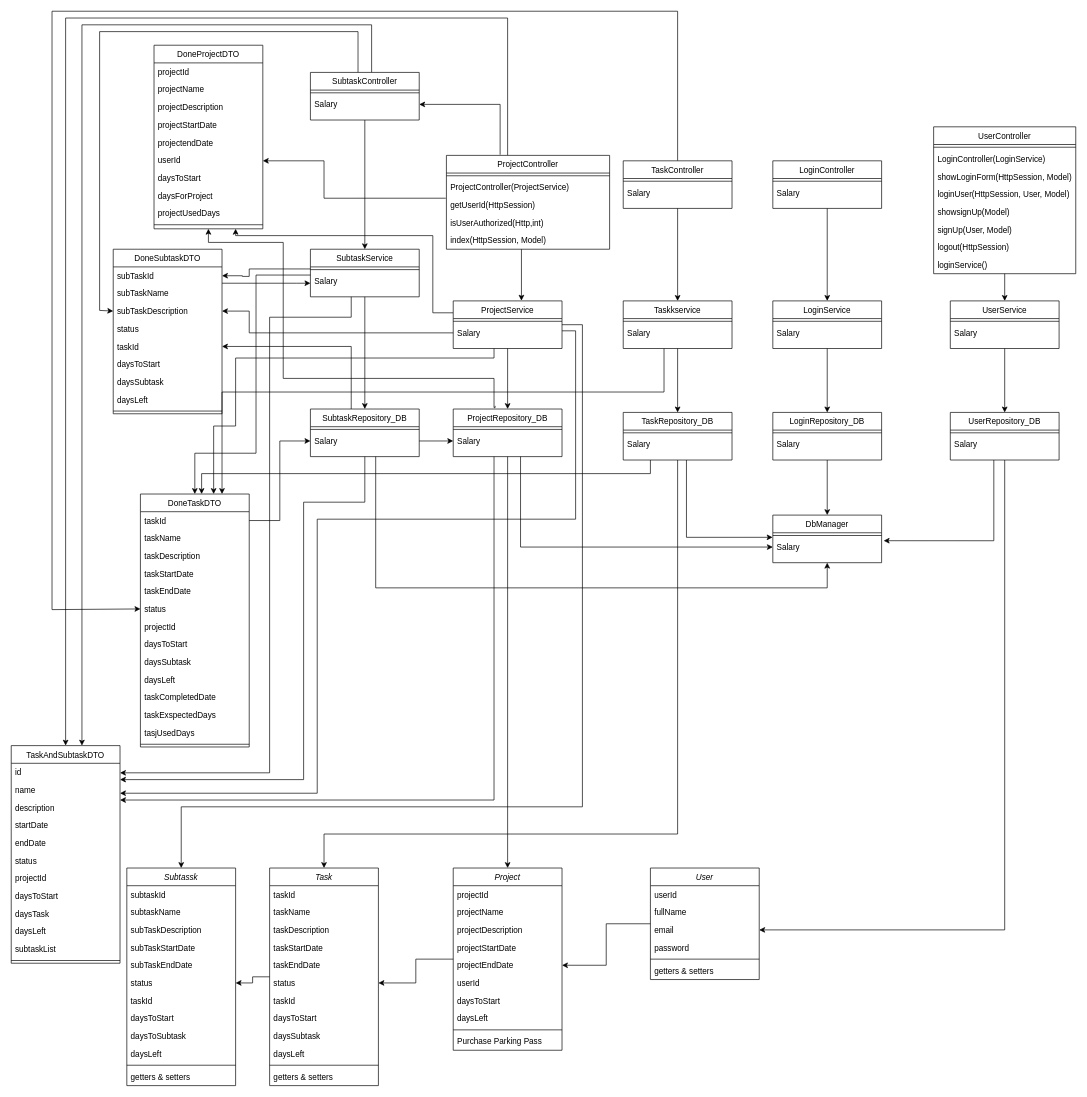
Earlier version of the draw.io diagram docs/Class_Diagram.drawio (Atributties/ProjectPeak). Source tidied: cells renumbered, new cells numbered last; positions are measured from the earlier drawing's top-left corner, leaving out a move shared by most shapes. Both pictures are drawn from the tidied source at 68%, with x=0, y=0 at pixel (11, 11).
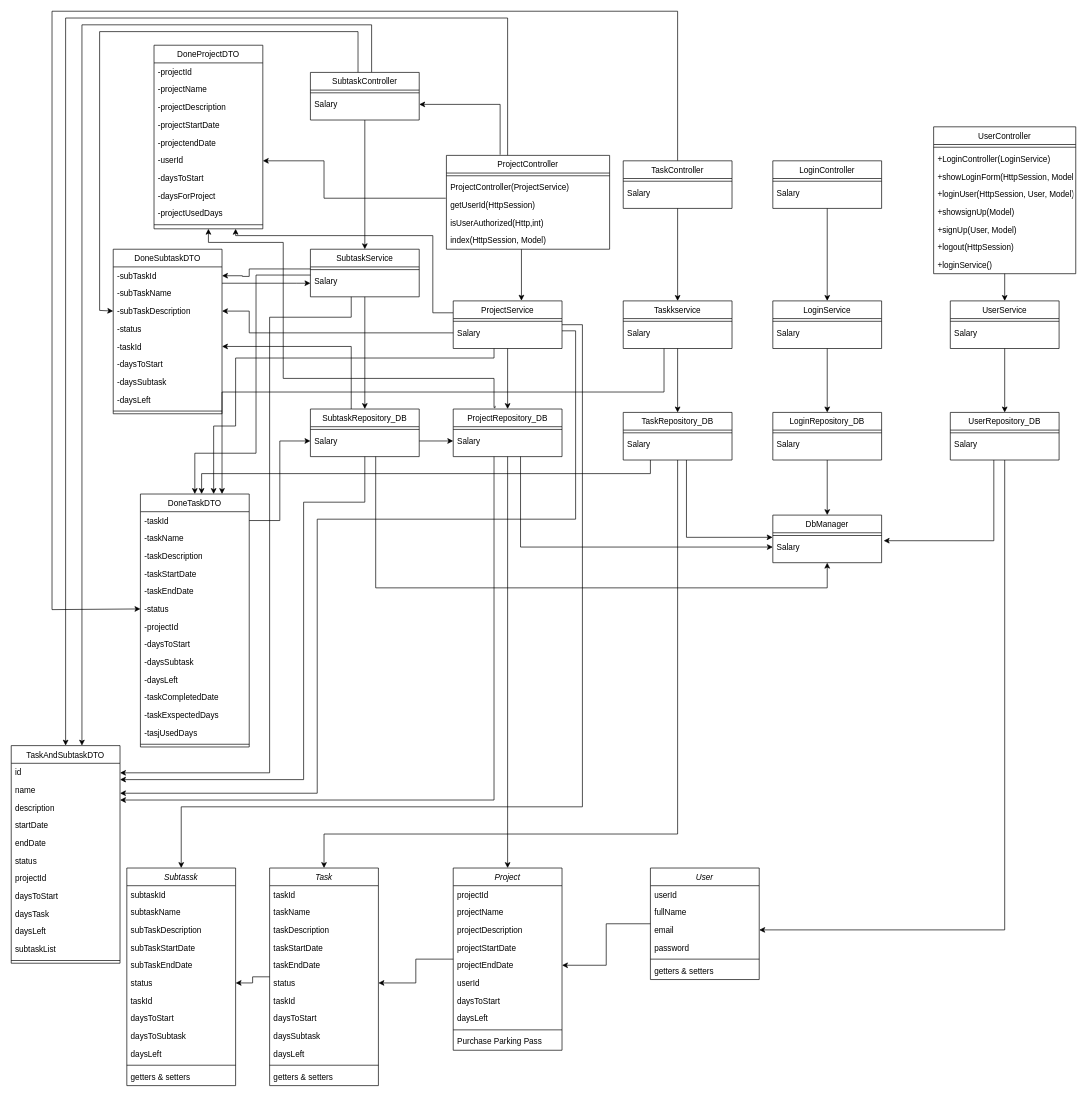
The same diagram, later.

The change refers to these unchanged cells:
```xml
<mxCell id="65" value="UserController" style="swimlane;fontStyle=0;align=center;verticalAlign=top;horizontal=1;startSize=26;rounded=0;shadow=0;strokeWidth=1;" parent="1" vertex="1">
  <mxGeometry x="1356.5" y="170" width="209" height="216" as="geometry" />
</mxCell>
<mxCell id="74" value="DoneSubtaskDTO" style="swimlane;fontStyle=0;align=center;verticalAlign=top;horizontal=1;startSize=26;rounded=0;shadow=0;strokeWidth=1;" parent="1" vertex="1">
  <mxGeometry x="150" y="350" width="160" height="242" as="geometry" />
</mxCell>
<mxCell id="84" value="DoneProjectDTO" style="swimlane;fontStyle=0;align=center;verticalAlign=top;horizontal=1;startSize=26;rounded=0;shadow=0;strokeWidth=1;" parent="1" vertex="1">
  <mxGeometry x="210" y="50" width="160" height="270" as="geometry" />
</mxCell>
<mxCell id="95" value="DoneTaskDTO" style="swimlane;fontStyle=0;align=center;verticalAlign=top;horizontal=1;startSize=26;rounded=0;shadow=0;strokeWidth=1;" parent="1" vertex="1">
  <mxGeometry x="190" y="710" width="160" height="372" as="geometry" />
</mxCell>
```

Change to the diagram source:
```diff
@@
-    <mxCell id="67" value="LoginController(LoginService)" style="text;align=left;verticalAlign=top;spacingLeft=4;spacingRight=4;overflow=hidden;" parent="65" vertex="1">
+    <mxCell id="67" value="+LoginController(LoginService)" style="text;align=left;verticalAlign=top;spacingLeft=4;spacingRight=4;overflow=hidden;" parent="65" vertex="1">
       <mxGeometry y="34" width="209" height="26" as="geometry" />
     </mxCell>
-    <mxCell id="68" value="showLoginForm(HttpSession, Model)" style="text;align=left;verticalAlign=top;spacingLeft=4;spacingRight=4;overflow=hidden;" parent="65" vertex="1">
+    <mxCell id="68" value="+showLoginForm(HttpSession, Model)" style="text;align=left;verticalAlign=top;spacingLeft=4;spacingRight=4;overflow=hidden;" parent="65" vertex="1">
       <mxGeometry y="60" width="209" height="26" as="geometry" />
     </mxCell>
-    <mxCell id="69" value="loginUser(HttpSession, User, Model)" style="text;align=left;verticalAlign=top;spacingLeft=4;spacingRight=4;overflow=hidden;" parent="65" vertex="1">
+    <mxCell id="69" value="+loginUser(HttpSession, User, Model)" style="text;align=left;verticalAlign=top;spacingLeft=4;spacingRight=4;overflow=hidden;" parent="65" vertex="1">
       <mxGeometry y="86" width="209" height="26" as="geometry" />
     </mxCell>
-    <mxCell id="70" value="showsignUp(Model)" style="text;align=left;verticalAlign=top;spacingLeft=4;spacingRight=4;overflow=hidden;" parent="65" vertex="1">
+    <mxCell id="70" value="+showsignUp(Model)" style="text;align=left;verticalAlign=top;spacingLeft=4;spacingRight=4;overflow=hidden;" parent="65" vertex="1">
       <mxGeometry y="112" width="209" height="26" as="geometry" />
     </mxCell>
-    <mxCell id="71" value="signUp(User, Model)" style="text;align=left;verticalAlign=top;spacingLeft=4;spacingRight=4;overflow=hidden;" parent="65" vertex="1">
+    <mxCell id="71" value="+signUp(User, Model)" style="text;align=left;verticalAlign=top;spacingLeft=4;spacingRight=4;overflow=hidden;" parent="65" vertex="1">
       <mxGeometry y="138" width="209" height="26" as="geometry" />
     </mxCell>
-    <mxCell id="72" value="logout(HttpSession)" style="text;align=left;verticalAlign=top;spacingLeft=4;spacingRight=4;overflow=hidden;" parent="65" vertex="1">
+    <mxCell id="72" value="+logout(HttpSession)" style="text;align=left;verticalAlign=top;spacingLeft=4;spacingRight=4;overflow=hidden;" parent="65" vertex="1">
       <mxGeometry y="164" width="209" height="26" as="geometry" />
     </mxCell>
-    <mxCell id="73" value="loginService()" style="text;align=left;verticalAlign=top;spacingLeft=4;spacingRight=4;overflow=hidden;" parent="65" vertex="1">
+    <mxCell id="73" value="+loginService()" style="text;align=left;verticalAlign=top;spacingLeft=4;spacingRight=4;overflow=hidden;" parent="65" vertex="1">
       <mxGeometry y="190" width="209" height="26" as="geometry" />
     </mxCell>
@@
-    <mxCell id="75" value="subTaskId" style="text;align=left;verticalAlign=top;spacingLeft=4;spacingRight=4;overflow=hidden;points=[[0,0.5],[1,0.5]];portConstraint=eastwest;" parent="74" vertex="1">
+    <mxCell id="75" value="-subTaskId" style="text;align=left;verticalAlign=top;spacingLeft=4;spacingRight=4;overflow=hidden;points=[[0,0.5],[1,0.5]];portConstraint=eastwest;" parent="74" vertex="1">
       <mxGeometry y="26" width="160" height="26" as="geometry" />
     </mxCell>
-    <mxCell id="76" value="subTaskName" style="text;align=left;verticalAlign=top;spacingLeft=4;spacingRight=4;overflow=hidden;" parent="74" vertex="1">
+    <mxCell id="76" value="-subTaskName" style="text;align=left;verticalAlign=top;spacingLeft=4;spacingRight=4;overflow=hidden;" parent="74" vertex="1">
       <mxGeometry y="52" width="160" height="26" as="geometry" />
     </mxCell>
-    <mxCell id="77" value="subTaskDescription" style="text;align=left;verticalAlign=top;spacingLeft=4;spacingRight=4;overflow=hidden;points=[[0,0.5],[1,0.5]];portConstraint=eastwest;" parent="74" vertex="1">
+    <mxCell id="77" value="-subTaskDescription" style="text;align=left;verticalAlign=top;spacingLeft=4;spacingRight=4;overflow=hidden;points=[[0,0.5],[1,0.5]];portConstraint=eastwest;" parent="74" vertex="1">
       <mxGeometry y="78" width="160" height="26" as="geometry" />
     </mxCell>
-    <mxCell id="78" value="status" style="text;align=left;verticalAlign=top;spacingLeft=4;spacingRight=4;overflow=hidden;" parent="74" vertex="1">
+    <mxCell id="78" value="-status" style="text;align=left;verticalAlign=top;spacingLeft=4;spacingRight=4;overflow=hidden;" parent="74" vertex="1">
       <mxGeometry y="104" width="160" height="26" as="geometry" />
     </mxCell>
-    <mxCell id="79" value="taskId" style="text;align=left;verticalAlign=top;spacingLeft=4;spacingRight=4;overflow=hidden;points=[[0,0.5],[1,0.5]];portConstraint=eastwest;" parent="74" vertex="1">
+    <mxCell id="79" value="-taskId" style="text;align=left;verticalAlign=top;spacingLeft=4;spacingRight=4;overflow=hidden;points=[[0,0.5],[1,0.5]];portConstraint=eastwest;" parent="74" vertex="1">
       <mxGeometry y="130" width="160" height="26" as="geometry" />
     </mxCell>
-    <mxCell id="80" value="daysToStart" style="text;align=left;verticalAlign=top;spacingLeft=4;spacingRight=4;overflow=hidden;" parent="74" vertex="1">
+    <mxCell id="80" value="-daysToStart" style="text;align=left;verticalAlign=top;spacingLeft=4;spacingRight=4;overflow=hidden;" parent="74" vertex="1">
       <mxGeometry y="156" width="160" height="26" as="geometry" />
     </mxCell>
-    <mxCell id="81" value="daysSubtask" style="text;align=left;verticalAlign=top;spacingLeft=4;spacingRight=4;overflow=hidden;" parent="74" vertex="1">
+    <mxCell id="81" value="-daysSubtask" style="text;align=left;verticalAlign=top;spacingLeft=4;spacingRight=4;overflow=hidden;" parent="74" vertex="1">
       <mxGeometry y="182" width="160" height="26" as="geometry" />
     </mxCell>
-    <mxCell id="82" value="daysLeft" style="text;align=left;verticalAlign=top;spacingLeft=4;spacingRight=4;overflow=hidden;" parent="74" vertex="1">
+    <mxCell id="82" value="-daysLeft" style="text;align=left;verticalAlign=top;spacingLeft=4;spacingRight=4;overflow=hidden;" parent="74" vertex="1">
       <mxGeometry y="208" width="160" height="26" as="geometry" />
     </mxCell>
@@
-    <mxCell id="85" value="projectId" style="text;align=left;verticalAlign=top;spacingLeft=4;spacingRight=4;overflow=hidden;" parent="84" vertex="1">
+    <mxCell id="85" value="-projectId" style="text;align=left;verticalAlign=top;spacingLeft=4;spacingRight=4;overflow=hidden;" parent="84" vertex="1">
       <mxGeometry y="26" width="160" height="26" as="geometry" />
     </mxCell>
-    <mxCell id="86" value="projectName" style="text;align=left;verticalAlign=top;spacingLeft=4;spacingRight=4;overflow=hidden;" parent="84" vertex="1">
+    <mxCell id="86" value="-projectName" style="text;align=left;verticalAlign=top;spacingLeft=4;spacingRight=4;overflow=hidden;" parent="84" vertex="1">
       <mxGeometry y="52" width="160" height="26" as="geometry" />
     </mxCell>
-    <mxCell id="87" value="projectDescription" style="text;align=left;verticalAlign=top;spacingLeft=4;spacingRight=4;overflow=hidden;" parent="84" vertex="1">
+    <mxCell id="87" value="-projectDescription" style="text;align=left;verticalAlign=top;spacingLeft=4;spacingRight=4;overflow=hidden;" parent="84" vertex="1">
       <mxGeometry y="78" width="160" height="26" as="geometry" />
     </mxCell>
-    <mxCell id="88" value="projectStartDate" style="text;align=left;verticalAlign=top;spacingLeft=4;spacingRight=4;overflow=hidden;" parent="84" vertex="1">
+    <mxCell id="88" value="-projectStartDate" style="text;align=left;verticalAlign=top;spacingLeft=4;spacingRight=4;overflow=hidden;" parent="84" vertex="1">
       <mxGeometry y="104" width="160" height="26" as="geometry" />
     </mxCell>
-    <mxCell id="89" value="projectendDate" style="text;align=left;verticalAlign=top;spacingLeft=4;spacingRight=4;overflow=hidden;" parent="84" vertex="1">
+    <mxCell id="89" value="-projectendDate" style="text;align=left;verticalAlign=top;spacingLeft=4;spacingRight=4;overflow=hidden;" parent="84" vertex="1">
       <mxGeometry y="130" width="160" height="26" as="geometry" />
     </mxCell>
-    <mxCell id="90" value="userId" style="text;align=left;verticalAlign=top;spacingLeft=4;spacingRight=4;overflow=hidden;" parent="84" vertex="1">
+    <mxCell id="90" value="-userId" style="text;align=left;verticalAlign=top;spacingLeft=4;spacingRight=4;overflow=hidden;" parent="84" vertex="1">
       <mxGeometry y="156" width="160" height="26" as="geometry" />
     </mxCell>
-    <mxCell id="91" value="daysToStart" style="text;align=left;verticalAlign=top;spacingLeft=4;spacingRight=4;overflow=hidden;" parent="84" vertex="1">
+    <mxCell id="91" value="-daysToStart" style="text;align=left;verticalAlign=top;spacingLeft=4;spacingRight=4;overflow=hidden;" parent="84" vertex="1">
       <mxGeometry y="182" width="160" height="26" as="geometry" />
     </mxCell>
-    <mxCell id="92" value="daysForProject" style="text;align=left;verticalAlign=top;spacingLeft=4;spacingRight=4;overflow=hidden;" parent="84" vertex="1">
+    <mxCell id="92" value="-daysForProject" style="text;align=left;verticalAlign=top;spacingLeft=4;spacingRight=4;overflow=hidden;" parent="84" vertex="1">
       <mxGeometry y="208" width="160" height="26" as="geometry" />
     </mxCell>
-    <mxCell id="93" value="projectUsedDays" style="text;align=left;verticalAlign=top;spacingLeft=4;spacingRight=4;overflow=hidden;" parent="84" vertex="1">
+    <mxCell id="93" value="-projectUsedDays" style="text;align=left;verticalAlign=top;spacingLeft=4;spacingRight=4;overflow=hidden;" parent="84" vertex="1">
       <mxGeometry y="234" width="160" height="26" as="geometry" />
     </mxCell>
@@
-    <mxCell id="96" value="taskId" style="text;align=left;verticalAlign=top;spacingLeft=4;spacingRight=4;overflow=hidden;points=[[0,0.5],[1,0.5]];portConstraint=eastwest;" parent="95" vertex="1">
+    <mxCell id="96" value="-taskId" style="text;align=left;verticalAlign=top;spacingLeft=4;spacingRight=4;overflow=hidden;points=[[0,0.5],[1,0.5]];portConstraint=eastwest;" parent="95" vertex="1">
       <mxGeometry y="26" width="160" height="26" as="geometry" />
     </mxCell>
-    <mxCell id="97" value="taskName" style="text;align=left;verticalAlign=top;spacingLeft=4;spacingRight=4;overflow=hidden;" parent="95" vertex="1">
+    <mxCell id="97" value="-taskName" style="text;align=left;verticalAlign=top;spacingLeft=4;spacingRight=4;overflow=hidden;" parent="95" vertex="1">
       <mxGeometry y="52" width="160" height="26" as="geometry" />
     </mxCell>
-    <mxCell id="98" value="taskDescription" style="text;align=left;verticalAlign=top;spacingLeft=4;spacingRight=4;overflow=hidden;" parent="95" vertex="1">
+    <mxCell id="98" value="-taskDescription" style="text;align=left;verticalAlign=top;spacingLeft=4;spacingRight=4;overflow=hidden;" parent="95" vertex="1">
       <mxGeometry y="78" width="160" height="26" as="geometry" />
     </mxCell>
-    <mxCell id="99" value="taskStartDate" style="text;align=left;verticalAlign=top;spacingLeft=4;spacingRight=4;overflow=hidden;" parent="95" vertex="1">
+    <mxCell id="99" value="-taskStartDate" style="text;align=left;verticalAlign=top;spacingLeft=4;spacingRight=4;overflow=hidden;" parent="95" vertex="1">
       <mxGeometry y="104" width="160" height="26" as="geometry" />
     </mxCell>
-    <mxCell id="100" value="taskEndDate" style="text;align=left;verticalAlign=top;spacingLeft=4;spacingRight=4;overflow=hidden;" parent="95" vertex="1">
+    <mxCell id="100" value="-taskEndDate" style="text;align=left;verticalAlign=top;spacingLeft=4;spacingRight=4;overflow=hidden;" parent="95" vertex="1">
       <mxGeometry y="130" width="160" height="26" as="geometry" />
     </mxCell>
-    <mxCell id="101" value="status" style="text;align=left;verticalAlign=top;spacingLeft=4;spacingRight=4;overflow=hidden;points=[[0,0.5],[1,0.5]];portConstraint=eastwest;" parent="95" vertex="1">
+    <mxCell id="101" value="-status" style="text;align=left;verticalAlign=top;spacingLeft=4;spacingRight=4;overflow=hidden;points=[[0,0.5],[1,0.5]];portConstraint=eastwest;" parent="95" vertex="1">
       <mxGeometry y="156" width="160" height="26" as="geometry" />
     </mxCell>
-    <mxCell id="102" value="projectId" style="text;align=left;verticalAlign=top;spacingLeft=4;spacingRight=4;overflow=hidden;" parent="95" vertex="1">
+    <mxCell id="102" value="-projectId" style="text;align=left;verticalAlign=top;spacingLeft=4;spacingRight=4;overflow=hidden;" parent="95" vertex="1">
       <mxGeometry y="182" width="160" height="26" as="geometry" />
     </mxCell>
-    <mxCell id="103" value="daysToStart" style="text;align=left;verticalAlign=top;spacingLeft=4;spacingRight=4;overflow=hidden;" parent="95" vertex="1">
+    <mxCell id="103" value="-daysToStart" style="text;align=left;verticalAlign=top;spacingLeft=4;spacingRight=4;overflow=hidden;" parent="95" vertex="1">
       <mxGeometry y="208" width="160" height="26" as="geometry" />
     </mxCell>
-    <mxCell id="104" value="daysSubtask" style="text;align=left;verticalAlign=top;spacingLeft=4;spacingRight=4;overflow=hidden;" parent="95" vertex="1">
+    <mxCell id="104" value="-daysSubtask" style="text;align=left;verticalAlign=top;spacingLeft=4;spacingRight=4;overflow=hidden;" parent="95" vertex="1">
       <mxGeometry y="234" width="160" height="26" as="geometry" />
     </mxCell>
-    <mxCell id="105" value="daysLeft" style="text;align=left;verticalAlign=top;spacingLeft=4;spacingRight=4;overflow=hidden;" parent="95" vertex="1">
+    <mxCell id="105" value="-daysLeft" style="text;align=left;verticalAlign=top;spacingLeft=4;spacingRight=4;overflow=hidden;" parent="95" vertex="1">
       <mxGeometry y="260" width="160" height="26" as="geometry" />
     </mxCell>
-    <mxCell id="106" value="taskCompletedDate" style="text;align=left;verticalAlign=top;spacingLeft=4;spacingRight=4;overflow=hidden;" parent="95" vertex="1">
+    <mxCell id="106" value="-taskCompletedDate" style="text;align=left;verticalAlign=top;spacingLeft=4;spacingRight=4;overflow=hidden;" parent="95" vertex="1">
       <mxGeometry y="286" width="160" height="26" as="geometry" />
     </mxCell>
-    <mxCell id="107" value="taskExspectedDays" style="text;align=left;verticalAlign=top;spacingLeft=4;spacingRight=4;overflow=hidden;" parent="95" vertex="1">
+    <mxCell id="107" value="-taskExspectedDays" style="text;align=left;verticalAlign=top;spacingLeft=4;spacingRight=4;overflow=hidden;" parent="95" vertex="1">
       <mxGeometry y="312" width="160" height="26" as="geometry" />
     </mxCell>
-    <mxCell id="108" value="tasjUsedDays" style="text;align=left;verticalAlign=top;spacingLeft=4;spacingRight=4;overflow=hidden;" parent="95" vertex="1">
+    <mxCell id="108" value="-tasjUsedDays" style="text;align=left;verticalAlign=top;spacingLeft=4;spacingRight=4;overflow=hidden;" parent="95" vertex="1">
       <mxGeometry y="338" width="160" height="26" as="geometry" />
     </mxCell>
```
